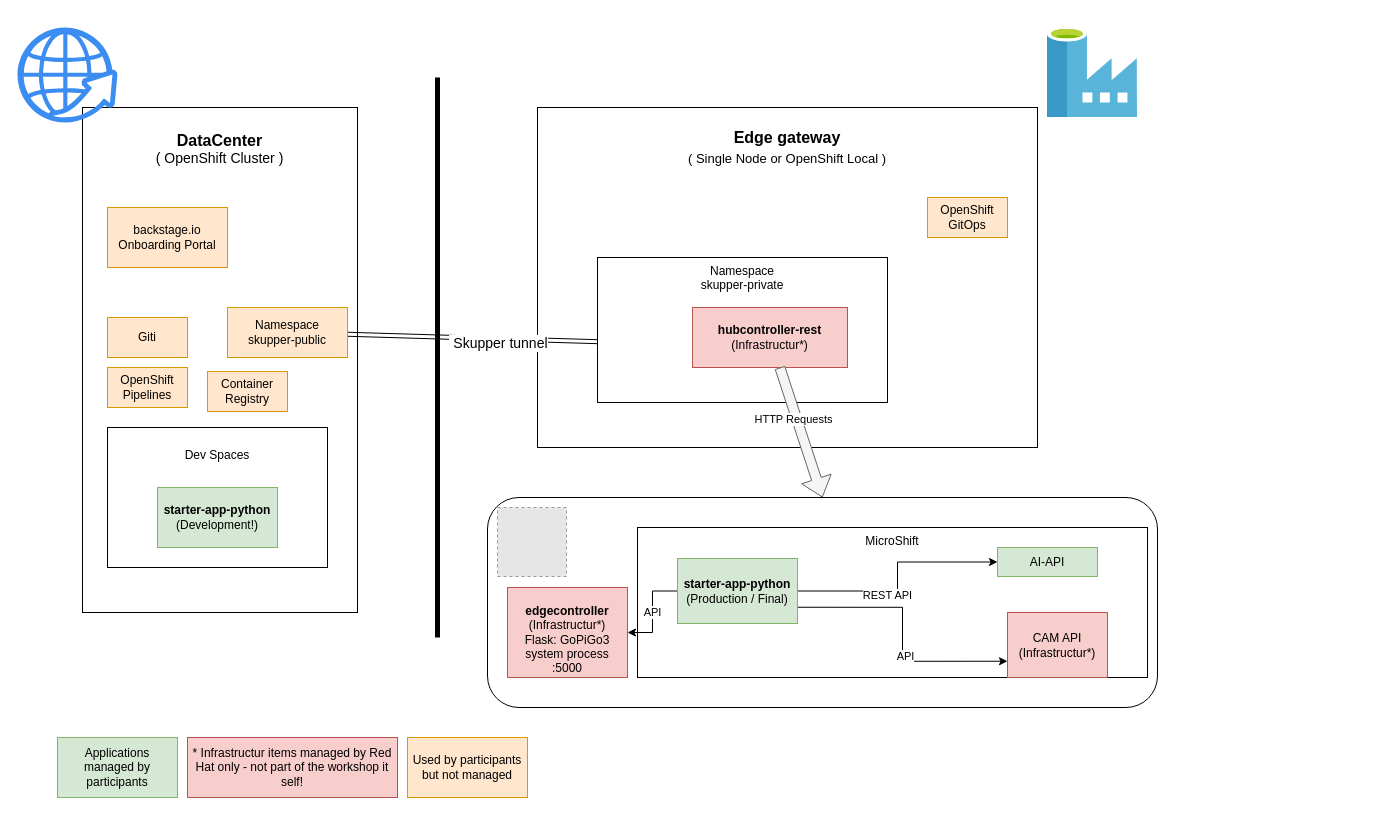
The draw.io diagram overview.drawio in cloud-native-robotz-hackathon/devel-bucket, before the edit. Source tidied: cells renumbered, new cells numbered last; positions are measured from the earlier drawing's top-left corner, leaving out a move shared by most shapes. Both pictures are drawn from the tidied source at 100%, with x=0, y=0 at pixel (17, 27). Pictures stored in the file or linked from it are replaced by grey dashed boxes.
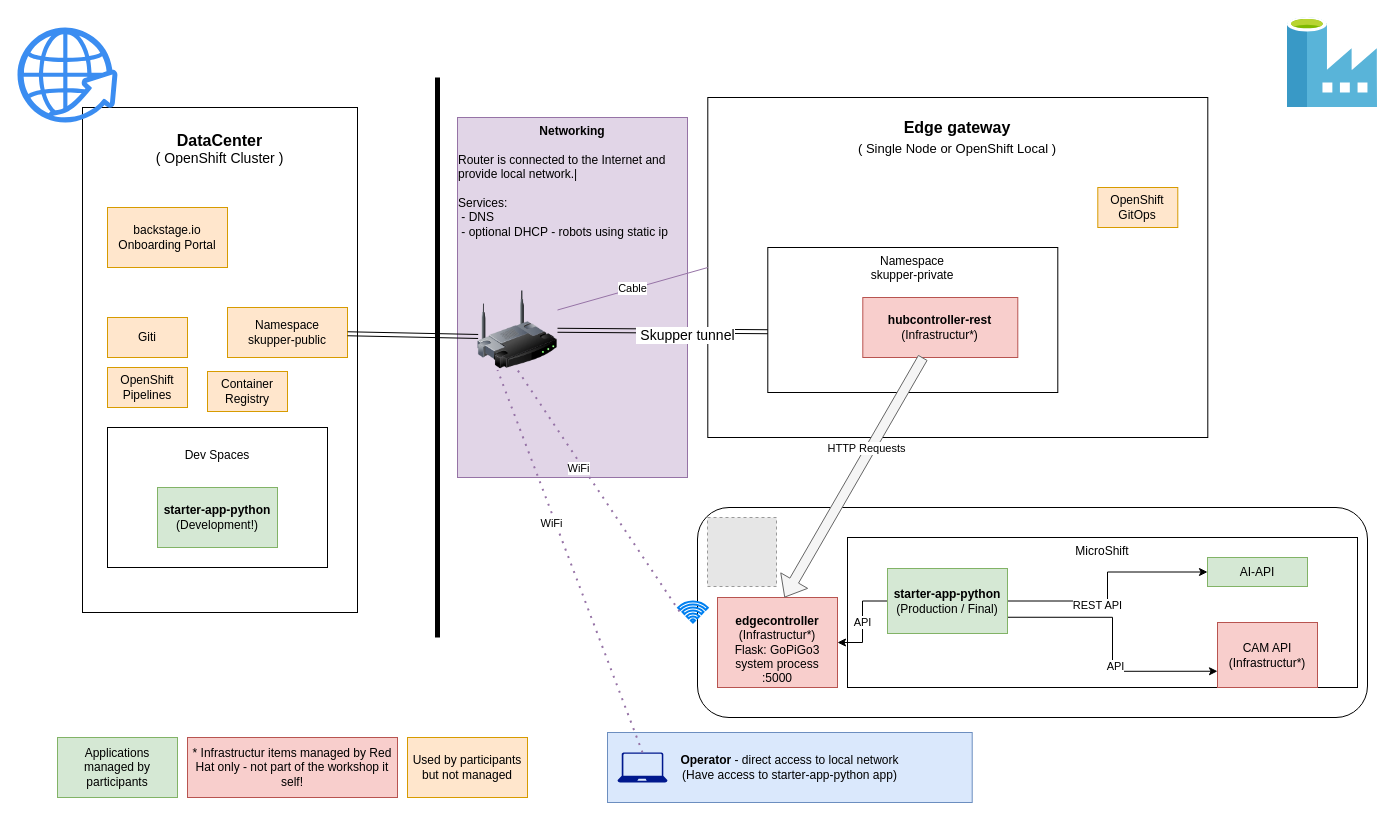
The same diagram, later.

Commit message:
Update overview, added networking part (router, operator)

Unchanged cells that the change refers to:
```xml
<mxCell id="8" value="Namespace&lt;br&gt;skupper-public" style="rounded=0;whiteSpace=wrap;html=1;fillColor=#ffe6cc;strokeColor=#d79b00;" parent="1" vertex="1">
  <mxGeometry x="210" y="280" width="120" height="50" as="geometry" />
</mxCell>
```

What changed in the source:
```diff
@@
+    <mxCell id="36" value="&lt;b&gt;Operator&lt;/b&gt; - direct access to local network&lt;br&gt;(Have access to starter-app-python app)" style="text;html=1;strokeColor=#6c8ebf;fillColor=#dae8fc;align=center;verticalAlign=middle;whiteSpace=wrap;rounded=0;" parent="1" vertex="1">
+      <mxGeometry x="590" y="705" width="364.7" height="70" as="geometry" />
+    </mxCell>
+    <mxCell id="37" value="&lt;div&gt;&lt;div align=&quot;center&quot;&gt;&lt;b&gt;Networking&lt;/b&gt;&lt;br&gt;&lt;/div&gt;&lt;br&gt;&lt;div align=&quot;left&quot;&gt;Router is connected to the Internet and provide local network.|&lt;br&gt;&lt;br&gt;Services:&lt;/div&gt;&lt;div align=&quot;left&quot;&gt;&amp;nbsp;- DNS&lt;/div&gt;&lt;div align=&quot;left&quot;&gt;&amp;nbsp;- optional DHCP - robots using static ip&lt;br&gt;&lt;/div&gt;&lt;/div&gt;" style="text;html=1;strokeColor=#9673a6;fillColor=#e1d5e7;align=center;verticalAlign=top;whiteSpace=wrap;rounded=0;horizontal=1;" parent="1" vertex="1">
+      <mxGeometry x="440" y="90" width="230" height="360" as="geometry" />
+    </mxCell>
@@
     <mxCell id="5" value="&lt;div align=&quot;center&quot;&gt;&lt;b&gt;&lt;br&gt;&lt;/b&gt;&lt;/div&gt;&lt;div style=&quot;font-size: 16px;&quot; align=&quot;center&quot;&gt;&lt;b&gt;Edge gateway&lt;/b&gt;&lt;br&gt;&lt;font style=&quot;font-size: 13px;&quot;&gt;( Single Node or OpenShift Local )&lt;/font&gt;&lt;br&gt;&lt;/div&gt;" style="rounded=0;whiteSpace=wrap;html=1;verticalAlign=top;align=center;" parent="1" vertex="1">
-      <mxGeometry x="520" y="80" width="500" height="340" as="geometry" />
+      <mxGeometry x="690.3" y="70" width="500" height="340" as="geometry" />
     </mxCell>
-    <mxCell id="6" style="shape=link;html=1;rounded=0;entryX=0.008;entryY=0.581;entryDx=0;entryDy=0;entryPerimeter=0;" parent="1" edge="1" source="8" target="9">
+    <mxCell id="6" style="shape=link;html=1;rounded=0;entryX=0.008;entryY=0.581;entryDx=0;entryDy=0;entryPerimeter=0;" parent="1" edge="1" source="40" target="9">
       <mxGeometry relative="1" as="geometry" />
     </mxCell>
@@
     <mxCell id="9" value="Namespace&lt;br&gt;skupper-private" style="rounded=0;whiteSpace=wrap;html=1;align=center;verticalAlign=top;" parent="1" vertex="1">
-      <mxGeometry x="580" y="230" width="290" height="145" as="geometry" />
+      <mxGeometry x="750.3" y="220" width="290" height="145" as="geometry" />
     </mxCell>
     <mxCell id="10" style="rounded=1;whiteSpace=wrap;html=1;" parent="1" vertex="1">
-      <mxGeometry x="470" y="470" width="670" height="210" as="geometry" />
+      <mxGeometry x="680" y="480" width="670" height="210" as="geometry" />
     </mxCell>
     <mxCell id="11" style="fillColor=#E6E6E6;strokeColor=#999999;dashed=1;html=1;verticalAlign=top;verticalLabelPosition=bottom;labelBackgroundColor=#ffffff;" parent="1" vertex="1">
-      <mxGeometry x="480" y="480" width="69" height="69" as="geometry" />
+      <mxGeometry x="690" y="490" width="69" height="69" as="geometry" />
     </mxCell>
     <mxCell id="12" value="&lt;b&gt;hubcontroller-rest&lt;/b&gt;&lt;br&gt;(Infrastructur*)" style="rounded=0;whiteSpace=wrap;html=1;fillColor=#f8cecc;strokeColor=#b85450;" parent="1" vertex="1">
-      <mxGeometry x="675" y="280" width="155" height="60" as="geometry" />
+      <mxGeometry x="845.3" y="270" width="155" height="60" as="geometry" />
     </mxCell>
     <mxCell id="13" value="&lt;div&gt;&lt;br&gt;&lt;/div&gt;&lt;div&gt;&lt;b&gt;edgecontroller&lt;/b&gt;&lt;br&gt;&lt;/div&gt;(Infrastructur*)&lt;div&gt;Flask: GoPiGo3 &lt;br&gt;&lt;/div&gt;&lt;div&gt;system process&lt;/div&gt;&lt;div&gt;:5000&lt;br&gt;&lt;/div&gt;" style="rounded=0;whiteSpace=wrap;html=1;fillColor=#f8cecc;strokeColor=#b85450;" parent="1" vertex="1">
-      <mxGeometry x="490" y="560" width="120" height="90" as="geometry" />
+      <mxGeometry x="700" y="570" width="120" height="90" as="geometry" />
     </mxCell>
-    <mxCell id="14" style="shape=flexArrow;endArrow=classic;html=1;rounded=0;entryX=0.5;entryY=0;entryDx=0;entryDy=0;fillColor=#f5f5f5;strokeColor=#666666;" parent="1" edge="1" source="12" target="10">
+    <mxCell id="14" style="shape=flexArrow;endArrow=classic;html=1;rounded=0;entryX=0.558;entryY=0;entryDx=0;entryDy=0;fillColor=#f5f5f5;strokeColor=#666666;entryPerimeter=0;" parent="1" edge="1" source="12" target="13">
       <mxGeometry relative="1" as="geometry" />
     </mxCell>
@@
     <mxCell id="16" value="MicroShift" style="rounded=0;whiteSpace=wrap;html=1;verticalAlign=top;" parent="1" vertex="1">
-      <mxGeometry x="620" y="500" width="510" height="150" as="geometry" />
+      <mxGeometry x="830" y="510" width="510" height="150" as="geometry" />
     </mxCell>
@@
     <mxCell id="22" value="&lt;div&gt;&lt;b&gt;starter-app-python&lt;/b&gt;&lt;/div&gt;&lt;div&gt;(Production / Final)&lt;br&gt;&lt;/div&gt;" style="rounded=0;whiteSpace=wrap;html=1;fillColor=#d5e8d4;strokeColor=#82b366;" parent="1" vertex="1">
-      <mxGeometry x="660" y="531" width="120" height="65" as="geometry" />
+      <mxGeometry x="870" y="541" width="120" height="65" as="geometry" />
     </mxCell>
@@
     <mxCell id="27" value="&lt;div&gt;OpenShift&lt;/div&gt;&lt;div&gt;GitOps&lt;br&gt;&lt;/div&gt;" style="rounded=0;whiteSpace=wrap;html=1;fillColor=#ffe6cc;strokeColor=#d79b00;" parent="1" vertex="1">
-      <mxGeometry x="910" y="170" width="80" height="40" as="geometry" />
+      <mxGeometry x="1080.3" y="160" width="80" height="40" as="geometry" />
     </mxCell>
@@
     <mxCell id="29" style="image;sketch=0;html=1;align=center;fontSize=12;image=img/lib/mscae/Data_Factory.svg;" parent="1" vertex="1">
-      <mxGeometry x="1030" width="90" height="90" as="geometry" />
+      <mxGeometry x="1270" y="-10" width="90" height="90" as="geometry" />
     </mxCell>
     <mxCell id="30" value="AI-API" style="rounded=0;whiteSpace=wrap;html=1;fillColor=#d5e8d4;strokeColor=#82b366;" parent="1" vertex="1">
-      <mxGeometry x="980" y="520" width="100" height="29" as="geometry" />
+      <mxGeometry x="1190" y="530" width="100" height="29" as="geometry" />
     </mxCell>
     <mxCell id="31" value="&lt;div&gt;CAM API&lt;/div&gt;&lt;div&gt;(Infrastructur*)&lt;br&gt;&lt;/div&gt;" style="rounded=0;whiteSpace=wrap;html=1;fillColor=#f8cecc;strokeColor=#b85450;" parent="1" vertex="1">
-      <mxGeometry x="990" y="585" width="100" height="65" as="geometry" />
+      <mxGeometry x="1200" y="595" width="100" height="65" as="geometry" />
     </mxCell>
@@
+    <mxCell id="38" style="html=1;verticalLabelPosition=bottom;align=center;labelBackgroundColor=#ffffff;verticalAlign=top;strokeWidth=2;strokeColor=#0080F0;shadow=0;dashed=0;shape=mxgraph.ios7.icons.wifi;" parent="1" vertex="1">
+      <mxGeometry x="660.6" y="574" width="29.7" height="21" as="geometry" />
+    </mxCell>
+    <mxCell id="39" style="shape=link;html=1;rounded=0;entryX=0.008;entryY=0.581;entryDx=0;entryDy=0;entryPerimeter=0;" parent="1" edge="1" source="8" target="40">
+      <mxGeometry relative="1" as="geometry" />
+    </mxCell>
+    <mxCell id="40" style="image;html=1;image=img/lib/clip_art/networking/Wireless_Router_128x128.png;" parent="1" vertex="1">
+      <mxGeometry x="460" y="262.5" width="80" height="80" as="geometry" />
+    </mxCell>
+    <mxCell id="41" style="endArrow=none;dashed=1;html=1;dashPattern=1 3;strokeWidth=2;rounded=0;exitX=0.047;exitY=0.476;exitDx=0;exitDy=0;exitPerimeter=0;entryX=0.5;entryY=1;entryDx=0;entryDy=0;fillColor=#e1d5e7;strokeColor=#9673a6;" parent="1" edge="1" source="38" target="40">
+      <mxGeometry relative="1" as="geometry" />
+    </mxCell>
+    <mxCell id="42" value="WiFi" style="edgeLabel;html=1;align=center;verticalAlign=middle;" parent="41" vertex="1">
+      <mxGeometry x="0.21" y="4" relative="1" as="geometry" />
+    </mxCell>
+    <mxCell id="43" value="Cable" style="endArrow=none;html=1;rounded=0;entryX=0;entryY=0.5;entryDx=0;entryDy=0;exitX=1;exitY=0.25;exitDx=0;exitDy=0;fillColor=#e1d5e7;strokeColor=#9673a6;" parent="1" edge="1" source="40" target="5">
+      <mxGeometry relative="1" as="geometry" />
+    </mxCell>
+    <mxCell id="44" style="sketch=0;shadow=0;dashed=0;html=1;strokeColor=none;labelPosition=center;verticalLabelPosition=bottom;verticalAlign=top;align=center;fillColor=#00188D;shape=mxgraph.azure.laptop;" parent="1" vertex="1">
+      <mxGeometry x="600" y="725" width="50" height="30" as="geometry" />
+    </mxCell>
+    <mxCell id="45" style="endArrow=none;dashed=1;html=1;dashPattern=1 3;strokeWidth=2;rounded=0;exitX=0.5;exitY=0;exitDx=0;exitDy=0;exitPerimeter=0;entryX=0.25;entryY=1;entryDx=0;entryDy=0;fillColor=#e1d5e7;strokeColor=#9673a6;" parent="1" edge="1" source="44" target="40">
+      <mxGeometry relative="1" as="geometry" />
+    </mxCell>
+    <mxCell id="46" value="WiFi" style="edgeLabel;html=1;align=center;verticalAlign=middle;" parent="45" vertex="1">
+      <mxGeometry x="0.21" y="4" relative="1" as="geometry" />
+    </mxCell>
```
